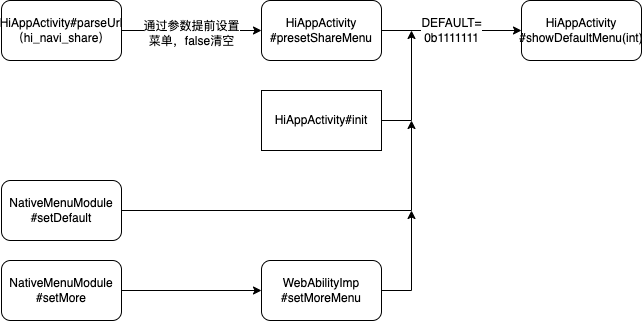
The draw.io diagram 流程梳理/WebApp创建菜单.drawio.png in baizhu0414/Diagrams, before a commit. Source tidied: cells renumbered, new cells last; positions are measured from the earlier drawing's top-left corner, leaving out a move shared by most shapes. Source of this version:
```xml
<mxGraphModel>
  <root>
    <mxCell id="0" />
    <mxCell id="1" parent="0" />
    <mxCell id="2" style="edgeStyle=orthogonalEdgeStyle;rounded=0;jettySize=auto;html=1;" parent="1" edge="1" source="4" target="7">
      <mxGeometry relative="1" as="geometry" />
    </mxCell>
    <mxCell id="3" value="通过参数提前设置&lt;br&gt;菜单，false清空" style="edgeLabel;html=1;align=center;verticalAlign=middle;" parent="2" vertex="1">
      <mxGeometry x="-0.01" y="-2" relative="1" as="geometry" />
    </mxCell>
    <mxCell id="4" value="HiAppActivity#parseUrl&lt;br&gt;（hi_navi_share&lt;span style=&quot;background-color: initial;&quot;&gt;）&lt;/span&gt;" style="rounded=1;whiteSpace=wrap;html=1;" parent="1" vertex="1">
      <mxGeometry width="120" height="60" as="geometry" />
    </mxCell>
    <mxCell id="5" style="edgeStyle=orthogonalEdgeStyle;rounded=0;jettySize=auto;html=1;" parent="1" edge="1" source="7" target="8">
      <mxGeometry relative="1" as="geometry" />
    </mxCell>
    <mxCell id="6" value="DEFAULT=&lt;br&gt;0b1111111" style="edgeLabel;html=1;align=center;verticalAlign=middle;" parent="5" vertex="1">
      <mxGeometry x="-0.01" y="1" relative="1" as="geometry" />
    </mxCell>
    <mxCell id="7" value="HiAppActivity&lt;br&gt;#presetShareMenu" style="whiteSpace=wrap;html=1;rounded=1;" parent="1" vertex="1">
      <mxGeometry x="260" width="120" height="60" as="geometry" />
    </mxCell>
    <mxCell id="8" value="HiAppActivity&lt;br&gt;#showDefaultMenu(int)" style="whiteSpace=wrap;html=1;rounded=1;" parent="1" vertex="1">
      <mxGeometry x="520" width="120" height="60" as="geometry" />
    </mxCell>
    <mxCell id="9" style="edgeStyle=orthogonalEdgeStyle;rounded=0;jettySize=auto;html=1;exitX=1;exitY=0.5;exitDx=0;exitDy=0;" parent="1" edge="1" source="10">
      <mxGeometry relative="1" as="geometry">
        <mxPoint x="410" y="30" as="targetPoint" />
      </mxGeometry>
    </mxCell>
    <mxCell id="10" value="HiAppActivity#init" style="whiteSpace=wrap;html=1;" parent="1" vertex="1">
      <mxGeometry x="260" y="90" width="120" height="60" as="geometry" />
    </mxCell>
    <mxCell id="11" style="edgeStyle=orthogonalEdgeStyle;rounded=0;jettySize=auto;html=1;exitX=1;exitY=0.5;exitDx=0;exitDy=0;" parent="1" edge="1" source="12">
      <mxGeometry relative="1" as="geometry">
        <mxPoint x="410" y="120" as="targetPoint" />
      </mxGeometry>
    </mxCell>
    <mxCell id="12" value="NativeMenuModule&lt;br&gt;#setDefault" style="rounded=1;whiteSpace=wrap;html=1;" parent="1" vertex="1">
      <mxGeometry y="180" width="120" height="60" as="geometry" />
    </mxCell>
    <mxCell id="13" style="edgeStyle=orthogonalEdgeStyle;rounded=0;jettySize=auto;html=1;exitX=1;exitY=0.5;exitDx=0;exitDy=0;" parent="1" edge="1" source="14">
      <mxGeometry relative="1" as="geometry">
        <mxPoint x="410" y="210" as="targetPoint" />
      </mxGeometry>
    </mxCell>
    <mxCell id="14" value="WebAbilityImp&lt;br&gt;#setMoreMenu" style="rounded=1;whiteSpace=wrap;html=1;" parent="1" vertex="1">
      <mxGeometry x="260" y="260" width="120" height="60" as="geometry" />
    </mxCell>
    <mxCell id="15" style="edgeStyle=orthogonalEdgeStyle;rounded=0;jettySize=auto;html=1;exitX=1;exitY=0.5;exitDx=0;exitDy=0;entryX=0;entryY=0.5;entryDx=0;entryDy=0;" parent="1" edge="1" source="16" target="14">
      <mxGeometry relative="1" as="geometry" />
    </mxCell>
    <mxCell id="16" value="NativeMenuModule&lt;br&gt;#setMore" style="rounded=1;whiteSpace=wrap;html=1;" parent="1" vertex="1">
      <mxGeometry y="260" width="120" height="60" as="geometry" />
    </mxCell>
  </root>
</mxGraphModel>
```
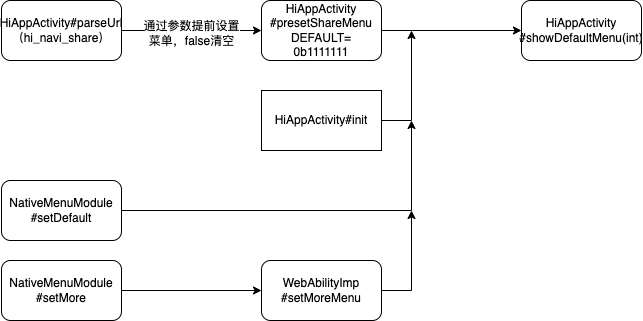
The same diagram one commit later.

Commit message:
更新WebApp创建菜单.drawio.png

Change to the diagram source:
```diff
@@ -14,10 +14,7 @@
     <mxCell id="5" style="edgeStyle=orthogonalEdgeStyle;rounded=0;jettySize=auto;html=1;" parent="1" edge="1" source="7" target="8">
       <mxGeometry relative="1" as="geometry" />
     </mxCell>
-    <mxCell id="6" value="DEFAULT=&lt;br&gt;0b1111111" style="edgeLabel;html=1;align=center;verticalAlign=middle;" parent="5" vertex="1">
-      <mxGeometry x="-0.01" y="1" relative="1" as="geometry" />
-    </mxCell>
-    <mxCell id="7" value="HiAppActivity&lt;br&gt;#presetShareMenu" style="whiteSpace=wrap;html=1;rounded=1;" parent="1" vertex="1">
+    <mxCell id="7" value="HiAppActivity&lt;br&gt;#presetShareMenu&lt;br&gt;DEFAULT=&lt;br style=&quot;border-color: var(--border-color); font-size: 11px;&quot;&gt;&lt;span style=&quot;font-size: 11px; background-color: rgb(255, 255, 255);&quot;&gt;0b1111111&lt;/span&gt;" style="whiteSpace=wrap;html=1;rounded=1;" parent="1" vertex="1">
       <mxGeometry x="260" width="120" height="60" as="geometry" />
     </mxCell>
     <mxCell id="8" value="HiAppActivity&lt;br&gt;#showDefaultMenu(int)" style="whiteSpace=wrap;html=1;rounded=1;" parent="1" vertex="1">
@@ -26,6 +23,9 @@
     <mxCell id="9" style="edgeStyle=orthogonalEdgeStyle;rounded=0;jettySize=auto;html=1;exitX=1;exitY=0.5;exitDx=0;exitDy=0;" parent="1" edge="1" source="10">
       <mxGeometry relative="1" as="geometry">
         <mxPoint x="410" y="30" as="targetPoint" />
+        <Array as="points">
+          <mxPoint x="410" y="120" />
+        </Array>
       </mxGeometry>
     </mxCell>
     <mxCell id="10" value="HiAppActivity#init" style="whiteSpace=wrap;html=1;" parent="1" vertex="1">
```
